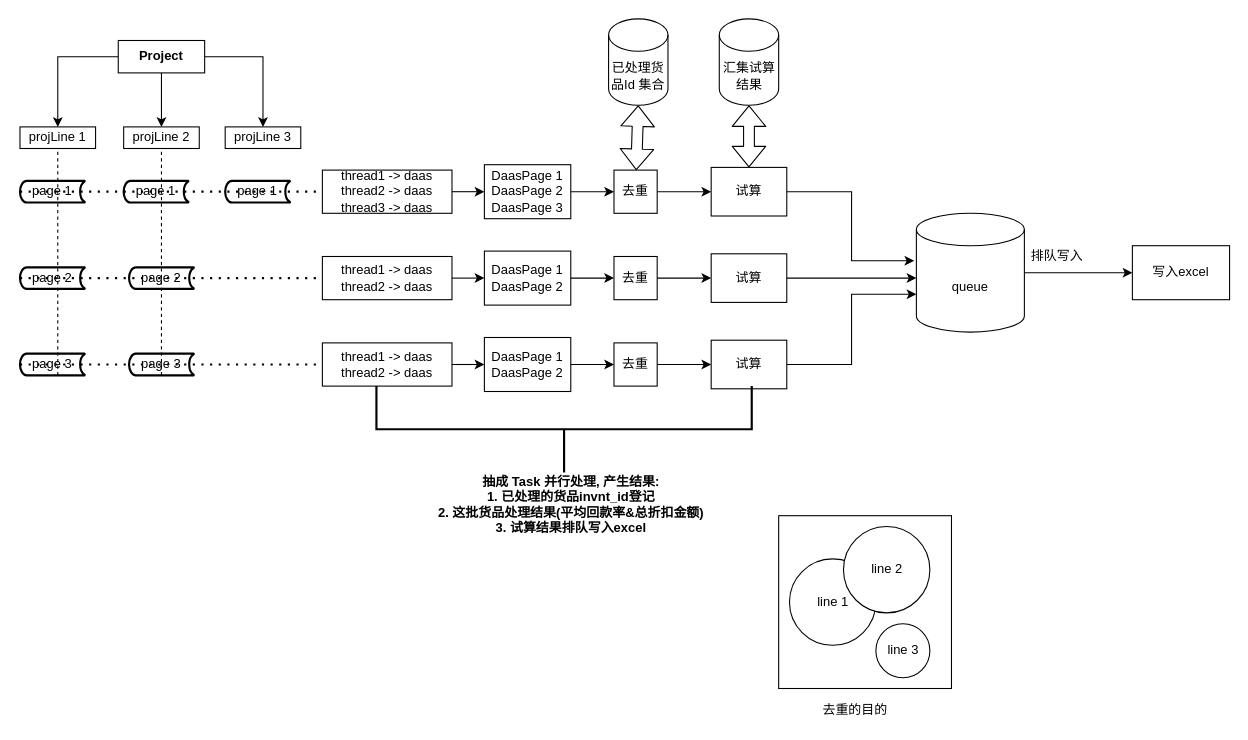
Before: trial result.drawio in WinkleWong/Diagram, a draw.io diagram. Source tidied: cells renumbered, new cells numbered last; positions are measured from the earlier drawing's top-left corner, leaving out a move shared by most shapes. Both pictures are drawn from the tidied source at 108%, with x=0, y=0 at pixel (19, 18).
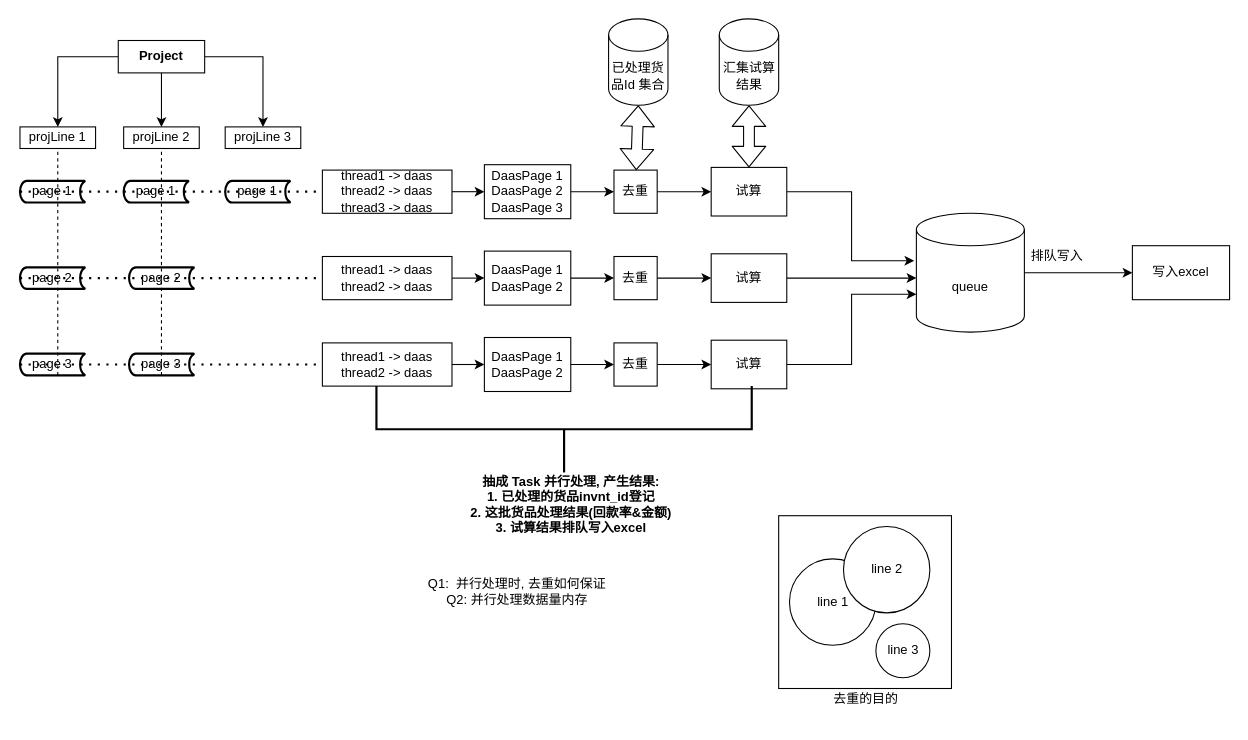
After the change.

Change to the diagram source:
```diff
@@
     <mxCell id="57" value="去重的目的&lt;br&gt;" style="text;html=1;align=center;verticalAlign=middle;strokeColor=none;" parent="1" vertex="1">
-      <mxGeometry x="732.5" y="630" width="80" height="20" as="geometry" />
+      <mxGeometry x="742.5" y="620" width="80" height="20" as="geometry" />
     </mxCell>
@@
-    <mxCell id="59" value="抽成 Task 并行处理, 产生结果: &lt;br&gt;1. 已处理的货品invnt_id登记&lt;br&gt;2. 这批货品处理结果(平均回款率&amp;amp;总折扣金额)&lt;br&gt;3. 试算结果排队写入excel" style="text;html=1;align=center;verticalAlign=middle;strokeColor=none;fontStyle=1;" parent="1" vertex="1">
-      <mxGeometry x="380" y="420" width="260" height="60" as="geometry" />
+    <mxCell id="59" value="抽成 Task 并行处理, 产生结果: &lt;br&gt;1. 已处理的货品invnt_id登记&lt;br&gt;2. 这批货品处理结果(回款率&amp;amp;金额)&lt;br&gt;3. 试算结果排队写入excel" style="text;html=1;align=center;verticalAlign=middle;strokeColor=none;fontStyle=1;" parent="1" vertex="1">
+      <mxGeometry x="410" y="420" width="200" height="60" as="geometry" />
     </mxCell>
+    <mxCell id="60" value="Q1:&amp;nbsp; 并行处理时, 去重如何保证&lt;br&gt;Q2: 并行处理数据量内存" style="text;html=1;align=center;verticalAlign=middle;strokeColor=none;" parent="1" vertex="1">
+      <mxGeometry x="370" y="515" width="180" height="30" as="geometry" />
+    </mxCell>
```
